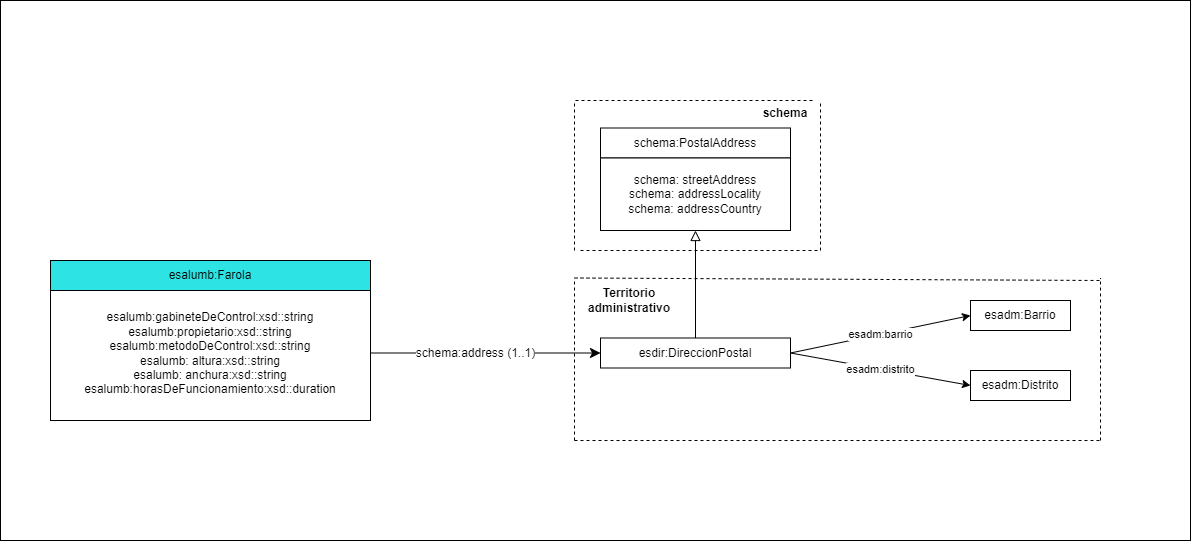
This is resources/images/patron Ubicacion.png from MMB99/Alumbrado, a draw.io export, as it was before one commit. Source tidied: cells renumbered, new cells last; positions are measured from the earlier drawing's top-left corner, leaving out a move shared by most shapes. The source it was exported from:
```xml
<mxGraphModel>
  <root>
    <mxCell id="0" />
    <mxCell id="1" parent="0" />
    <mxCell id="2" style="rounded=0;whiteSpace=wrap;html=1;" parent="1" vertex="1">
      <mxGeometry width="1190" height="540" as="geometry" />
    </mxCell>
    <mxCell id="3" value="&lt;span&gt;esalumb:gabineteDeControl:xsd::string&lt;/span&gt;&lt;u&gt;&lt;br&gt;&lt;/u&gt;esalumb:propietario:xsd::string&lt;br&gt;esalumb:metodoDeControl:xsd::string&lt;br&gt;esalumb: altura:xsd::string&lt;br&gt;esalumb: anchura:xsd::string&lt;br&gt;esalumb:horasDeFuncionamiento:xsd::duration&lt;span&gt;&lt;br&gt;&lt;/span&gt;" style="rounded=0;whiteSpace=wrap;html=1;snapToPoint=1;points=[[0.1,0],[0.2,0],[0.3,0],[0.4,0],[0.5,0],[0.6,0],[0.7,0],[0.8,0],[0.9,0],[0,0.1],[0,0.3],[0,0.5],[0,0.7],[0,0.9],[0.1,1],[0.2,1],[0.3,1],[0.4,1],[0.5,1],[0.6,1],[0.7,1],[0.8,1],[0.9,1],[1,0.1],[1,0.3],[1,0.5],[1,0.7],[1,0.9]];" parent="1" vertex="1">
      <mxGeometry x="50" y="285" width="320" height="135" as="geometry" />
    </mxCell>
    <mxCell id="4" value="esalumb:Farola" style="rounded=0;whiteSpace=wrap;html=1;fillColor=#2DE3E3;" parent="1" vertex="1">
      <mxGeometry x="50" y="260" width="320" height="30" as="geometry" />
    </mxCell>
    <mxCell id="5" value="esdir:DireccionPostal" style="rounded=0;whiteSpace=wrap;html=1;snapToPoint=1;points=[[0.1,0],[0.2,0],[0.3,0],[0.4,0],[0.5,0],[0.6,0],[0.7,0],[0.8,0],[0.9,0],[0,0.1],[0,0.3],[0,0.5],[0,0.7],[0,0.9],[0.1,1],[0.2,1],[0.3,1],[0.4,1],[0.5,1],[0.6,1],[0.7,1],[0.8,1],[0.9,1],[1,0.1],[1,0.3],[1,0.5],[1,0.7],[1,0.9]];fillColor=#FFFFFF;" parent="1" vertex="1">
      <mxGeometry x="600" y="337.5" width="190" height="30" as="geometry" />
    </mxCell>
    <mxCell id="6" style="edgeStyle=orthogonalEdgeStyle;rounded=0;orthogonalLoop=1;jettySize=auto;html=1;exitX=0.5;exitY=1;exitDx=0;exitDy=0;" parent="1" edge="1" source="3" target="3">
      <mxGeometry relative="1" as="geometry" />
    </mxCell>
    <mxCell id="7" style="endArrow=classic;html=1;exitX=1;exitY=0.5;exitDx=0;exitDy=0;entryX=0;entryY=0.5;entryDx=0;entryDy=0;endSize=8;arcSize=0;rounded=0;" parent="1" edge="1" source="3">
      <mxGeometry relative="1" as="geometry">
        <mxPoint x="600" y="352.5" as="targetPoint" />
      </mxGeometry>
    </mxCell>
    <mxCell id="8" value="schema:address (1..1)" style="text;html=1;align=center;verticalAlign=middle;labelBackgroundColor=#ffffff;fillColor=#FFFFFF;" parent="7" vertex="1">
      <mxGeometry x="-0.13" relative="1" as="geometry">
        <mxPoint x="4.2" as="offset" />
      </mxGeometry>
    </mxCell>
    <mxCell id="9" value="schema:PostalAddress" style="rounded=0;whiteSpace=wrap;html=1;fillColor=#FFFFFF;" parent="1" vertex="1">
      <mxGeometry x="600" y="127.5" width="190" height="30" as="geometry" />
    </mxCell>
    <mxCell id="10" value="schema: streetAddress&lt;br&gt;schema: addressLocality&lt;br&gt;schema: addressCountry" style="rounded=0;whiteSpace=wrap;html=1;snapToPoint=1;points=[[0.1,0],[0.2,0],[0.3,0],[0.4,0],[0.5,0],[0.6,0],[0.7,0],[0.8,0],[0.9,0],[0,0.1],[0,0.3],[0,0.5],[0,0.7],[0,0.9],[0.1,1],[0.2,1],[0.3,1],[0.4,1],[0.5,1],[0.6,1],[0.7,1],[0.8,1],[0.9,1],[1,0.1],[1,0.3],[1,0.5],[1,0.7],[1,0.9]];" parent="1" vertex="1">
      <mxGeometry x="600" y="157.5" width="190" height="72.5" as="geometry" />
    </mxCell>
    <mxCell id="11" style="endArrow=block;html=1;fontColor=#000099;endFill=0;endSize=8;arcSize=0;rounded=0;entryX=0.5;entryY=1;entryDx=0;entryDy=0;exitX=0.5;exitY=0;exitDx=0;exitDy=0;" parent="1" edge="1" source="5" target="10">
      <mxGeometry relative="1" as="geometry" />
    </mxCell>
    <mxCell id="12" value="esadm:Barrio" style="rounded=0;whiteSpace=wrap;html=1;snapToPoint=1;points=[[0.1,0],[0.2,0],[0.3,0],[0.4,0],[0.5,0],[0.6,0],[0.7,0],[0.8,0],[0.9,0],[0,0.1],[0,0.3],[0,0.5],[0,0.7],[0,0.9],[0.1,1],[0.2,1],[0.3,1],[0.4,1],[0.5,1],[0.6,1],[0.7,1],[0.8,1],[0.9,1],[1,0.1],[1,0.3],[1,0.5],[1,0.7],[1,0.9]];fillColor=#FFFFFF;" parent="1" vertex="1">
      <mxGeometry x="970" y="300" width="100" height="30" as="geometry" />
    </mxCell>
    <mxCell id="13" value="esadm:Distrito" style="rounded=0;whiteSpace=wrap;html=1;snapToPoint=1;points=[[0.1,0],[0.2,0],[0.3,0],[0.4,0],[0.5,0],[0.6,0],[0.7,0],[0.8,0],[0.9,0],[0,0.1],[0,0.3],[0,0.5],[0,0.7],[0,0.9],[0.1,1],[0.2,1],[0.3,1],[0.4,1],[0.5,1],[0.6,1],[0.7,1],[0.8,1],[0.9,1],[1,0.1],[1,0.3],[1,0.5],[1,0.7],[1,0.9]];fillColor=#FFFFFF;" parent="1" vertex="1">
      <mxGeometry x="970" y="370" width="100" height="30" as="geometry" />
    </mxCell>
    <mxCell id="14" value="esadm:barrio" style="endArrow=classic;html=1;rounded=0;exitX=1;exitY=0.5;exitDx=0;exitDy=0;entryX=0;entryY=0.5;entryDx=0;entryDy=0;" parent="1" edge="1" source="5" target="12">
      <mxGeometry relative="1" as="geometry" />
    </mxCell>
    <mxCell id="15" value="esadm:distrito" style="endArrow=classic;html=1;rounded=0;exitX=1;exitY=0.5;exitDx=0;exitDy=0;entryX=0;entryY=0.5;entryDx=0;entryDy=0;" parent="1" edge="1" source="5" target="13">
      <mxGeometry relative="1" as="geometry" />
    </mxCell>
    <mxCell id="16" style="endArrow=none;dashed=1;html=1;rounded=0;" parent="1" edge="1">
      <mxGeometry relative="1" as="geometry">
        <mxPoint x="574" y="440" as="sourcePoint" />
        <mxPoint x="574" y="280" as="targetPoint" />
      </mxGeometry>
    </mxCell>
    <mxCell id="17" style="endArrow=none;dashed=1;html=1;rounded=0;" parent="1" edge="1">
      <mxGeometry relative="1" as="geometry">
        <mxPoint x="1100" y="440" as="sourcePoint" />
        <mxPoint x="1100" y="277.5" as="targetPoint" />
      </mxGeometry>
    </mxCell>
    <mxCell id="18" style="endArrow=none;dashed=1;html=1;rounded=0;" parent="1" edge="1">
      <mxGeometry relative="1" as="geometry">
        <mxPoint x="574" y="440" as="sourcePoint" />
        <mxPoint x="1100" y="440" as="targetPoint" />
      </mxGeometry>
    </mxCell>
    <mxCell id="19" style="endArrow=none;dashed=1;html=1;rounded=0;" parent="1" edge="1">
      <mxGeometry relative="1" as="geometry">
        <mxPoint x="574" y="277.5" as="sourcePoint" />
        <mxPoint x="1100" y="280" as="targetPoint" />
      </mxGeometry>
    </mxCell>
    <mxCell id="20" value="&lt;b&gt;Territorio administrativo&lt;/b&gt;" style="text;html=1;strokeColor=none;fillColor=none;align=center;verticalAlign=middle;whiteSpace=wrap;rounded=0;" parent="1" vertex="1">
      <mxGeometry x="574" y="285" width="110" height="30" as="geometry" />
    </mxCell>
    <mxCell id="21" style="endArrow=none;dashed=1;html=1;rounded=0;" parent="1" edge="1">
      <mxGeometry relative="1" as="geometry">
        <mxPoint x="820" y="250" as="sourcePoint" />
        <mxPoint x="820" y="100" as="targetPoint" />
      </mxGeometry>
    </mxCell>
    <mxCell id="22" style="endArrow=none;dashed=1;html=1;rounded=0;" parent="1" edge="1">
      <mxGeometry relative="1" as="geometry">
        <mxPoint x="574" y="250" as="sourcePoint" />
        <mxPoint x="574" y="100" as="targetPoint" />
      </mxGeometry>
    </mxCell>
    <mxCell id="23" style="endArrow=none;dashed=1;html=1;rounded=0;" parent="1" edge="1">
      <mxGeometry relative="1" as="geometry">
        <mxPoint x="580" y="250" as="sourcePoint" />
        <mxPoint x="820" y="250" as="targetPoint" />
      </mxGeometry>
    </mxCell>
    <mxCell id="24" style="endArrow=none;dashed=1;html=1;rounded=0;" parent="1" edge="1">
      <mxGeometry relative="1" as="geometry">
        <mxPoint x="575" y="100" as="sourcePoint" />
        <mxPoint x="815" y="100" as="targetPoint" />
      </mxGeometry>
    </mxCell>
    <mxCell id="25" value="&lt;b&gt;schema&lt;/b&gt;" style="text;html=1;strokeColor=none;fillColor=none;align=center;verticalAlign=middle;whiteSpace=wrap;rounded=0;" parent="1" vertex="1">
      <mxGeometry x="755" y="97.5" width="60" height="30" as="geometry" />
    </mxCell>
  </root>
</mxGraphModel>
```
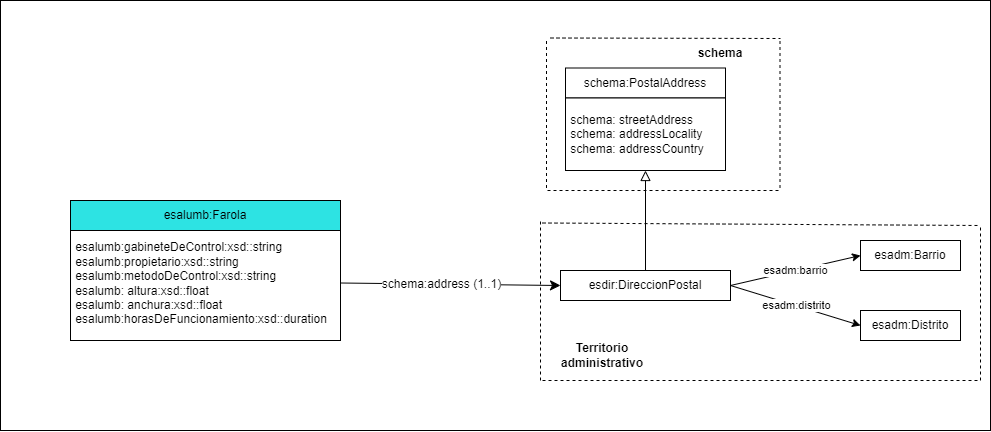
Later version of the same file.

Change to the diagram source:
```diff
@@ -2,45 +2,43 @@
   <root>
     <mxCell id="0" />
     <mxCell id="1" parent="0" />
-    <mxCell id="2" style="rounded=0;whiteSpace=wrap;html=1;" parent="1" vertex="1">
-      <mxGeometry width="1190" height="540" as="geometry" />
-    </mxCell>
-    <mxCell id="3" value="&lt;span&gt;esalumb:gabineteDeControl:xsd::string&lt;/span&gt;&lt;u&gt;&lt;br&gt;&lt;/u&gt;esalumb:propietario:xsd::string&lt;br&gt;esalumb:metodoDeControl:xsd::string&lt;br&gt;esalumb: altura:xsd::string&lt;br&gt;esalumb: anchura:xsd::string&lt;br&gt;esalumb:horasDeFuncionamiento:xsd::duration&lt;span&gt;&lt;br&gt;&lt;/span&gt;" style="rounded=0;whiteSpace=wrap;html=1;snapToPoint=1;points=[[0.1,0],[0.2,0],[0.3,0],[0.4,0],[0.5,0],[0.6,0],[0.7,0],[0.8,0],[0.9,0],[0,0.1],[0,0.3],[0,0.5],[0,0.7],[0,0.9],[0.1,1],[0.2,1],[0.3,1],[0.4,1],[0.5,1],[0.6,1],[0.7,1],[0.8,1],[0.9,1],[1,0.1],[1,0.3],[1,0.5],[1,0.7],[1,0.9]];" parent="1" vertex="1">
-      <mxGeometry x="50" y="285" width="320" height="135" as="geometry" />
-    </mxCell>
+    <mxCell id="26" style="rounded=0;whiteSpace=wrap;html=1;" parent="1" vertex="1">
+      <mxGeometry x="-20" y="60" width="990" height="430" as="geometry" />
+    </mxCell>
+    <mxCell id="27" value="&lt;div style=&quot;&quot;&gt;&lt;span style=&quot;background-color: initial;&quot;&gt;&amp;nbsp;esalumb:gabineteDeControl:xsd::string&lt;/span&gt;&lt;/div&gt;&lt;div style=&quot;&quot;&gt;&lt;span style=&quot;background-color: initial;&quot;&gt;&amp;nbsp;esalumb:propietario:xsd::string&lt;/span&gt;&lt;/div&gt;&lt;div style=&quot;&quot;&gt;&lt;span style=&quot;background-color: initial;&quot;&gt;&amp;nbsp;esalumb:metodoDeControl:xsd::string&lt;/span&gt;&lt;/div&gt;&lt;div style=&quot;&quot;&gt;&lt;span style=&quot;background-color: initial;&quot;&gt;&amp;nbsp;esalumb: altura:xsd::float&lt;/span&gt;&lt;/div&gt;&lt;div style=&quot;&quot;&gt;&lt;span style=&quot;background-color: initial;&quot;&gt;&amp;nbsp;esalumb: anchura:xsd::float&lt;/span&gt;&lt;/div&gt;&lt;div style=&quot;&quot;&gt;&lt;span style=&quot;background-color: initial;&quot;&gt;&amp;nbsp;esalumb:horasDeFuncionamiento:xsd::duration&lt;/span&gt;&lt;/div&gt;" style="rounded=0;whiteSpace=wrap;html=1;snapToPoint=1;points=[[0.1,0],[0.2,0],[0.3,0],[0.4,0],[0.5,0],[0.6,0],[0.7,0],[0.8,0],[0.9,0],[0,0.1],[0,0.3],[0,0.5],[0,0.7],[0,0.9],[0.1,1],[0.2,1],[0.3,1],[0.4,1],[0.5,1],[0.6,1],[0.7,1],[0.8,1],[0.9,1],[1,0.1],[1,0.3],[1,0.5],[1,0.7],[1,0.9]];align=left;" parent="1" vertex="1">
+      <mxGeometry x="50" y="285" width="270" height="115" as="geometry" />
+    </mxCell>
     <mxCell id="4" value="esalumb:Farola" style="rounded=0;whiteSpace=wrap;html=1;fillColor=#2DE3E3;" parent="1" vertex="1">
-      <mxGeometry x="50" y="260" width="320" height="30" as="geometry" />
+      <mxGeometry x="50" y="260" width="270" height="30" as="geometry" />
     </mxCell>
     <mxCell id="5" value="esdir:DireccionPostal" style="rounded=0;whiteSpace=wrap;html=1;snapToPoint=1;points=[[0.1,0],[0.2,0],[0.3,0],[0.4,0],[0.5,0],[0.6,0],[0.7,0],[0.8,0],[0.9,0],[0,0.1],[0,0.3],[0,0.5],[0,0.7],[0,0.9],[0.1,1],[0.2,1],[0.3,1],[0.4,1],[0.5,1],[0.6,1],[0.7,1],[0.8,1],[0.9,1],[1,0.1],[1,0.3],[1,0.5],[1,0.7],[1,0.9]];fillColor=#FFFFFF;" parent="1" vertex="1">
-      <mxGeometry x="600" y="337.5" width="190" height="30" as="geometry" />
+      <mxGeometry x="540" y="330" width="170" height="30" as="geometry" />
     </mxCell>
-    <mxCell id="6" style="edgeStyle=orthogonalEdgeStyle;rounded=0;orthogonalLoop=1;jettySize=auto;html=1;exitX=0.5;exitY=1;exitDx=0;exitDy=0;" parent="1" edge="1" source="3" target="3">
-      <mxGeometry relative="1" as="geometry" />
-    </mxCell>
-    <mxCell id="7" style="endArrow=classic;html=1;exitX=1;exitY=0.5;exitDx=0;exitDy=0;entryX=0;entryY=0.5;entryDx=0;entryDy=0;endSize=8;arcSize=0;rounded=0;" parent="1" edge="1" source="3">
-      <mxGeometry relative="1" as="geometry">
-        <mxPoint x="600" y="352.5" as="targetPoint" />
-      </mxGeometry>
-    </mxCell>
+    <mxCell id="28" style="edgeStyle=orthogonalEdgeStyle;rounded=0;orthogonalLoop=1;jettySize=auto;html=1;exitX=0.5;exitY=1;exitDx=0;exitDy=0;" parent="1" edge="1" source="27" target="27">
+      <mxGeometry relative="1" as="geometry" />
+    </mxCell>
+    <mxCell id="29" style="endArrow=classic;html=1;exitX=1;exitY=0.5;exitDx=0;exitDy=0;entryX=0;entryY=0.5;entryDx=0;entryDy=0;endSize=8;arcSize=0;rounded=0;" parent="1" edge="1" source="27" target="5">
+      <mxGeometry relative="1" as="geometry" />
+    </mxCell>
-    <mxCell id="8" value="schema:address (1..1)" style="text;html=1;align=center;verticalAlign=middle;labelBackgroundColor=#ffffff;fillColor=#FFFFFF;" parent="7" vertex="1">
+    <mxCell id="8" value="schema:address (1..1)" style="text;html=1;align=center;verticalAlign=middle;labelBackgroundColor=#ffffff;fillColor=#FFFFFF;" parent="29" vertex="1">
       <mxGeometry x="-0.13" relative="1" as="geometry">
         <mxPoint x="4.2" as="offset" />
       </mxGeometry>
     </mxCell>
     <mxCell id="9" value="schema:PostalAddress" style="rounded=0;whiteSpace=wrap;html=1;fillColor=#FFFFFF;" parent="1" vertex="1">
-      <mxGeometry x="600" y="127.5" width="190" height="30" as="geometry" />
+      <mxGeometry x="545" y="127.5" width="160" height="30" as="geometry" />
     </mxCell>
-    <mxCell id="10" value="schema: streetAddress&lt;br&gt;schema: addressLocality&lt;br&gt;schema: addressCountry" style="rounded=0;whiteSpace=wrap;html=1;snapToPoint=1;points=[[0.1,0],[0.2,0],[0.3,0],[0.4,0],[0.5,0],[0.6,0],[0.7,0],[0.8,0],[0.9,0],[0,0.1],[0,0.3],[0,0.5],[0,0.7],[0,0.9],[0.1,1],[0.2,1],[0.3,1],[0.4,1],[0.5,1],[0.6,1],[0.7,1],[0.8,1],[0.9,1],[1,0.1],[1,0.3],[1,0.5],[1,0.7],[1,0.9]];" parent="1" vertex="1">
-      <mxGeometry x="600" y="157.5" width="190" height="72.5" as="geometry" />
+    <mxCell id="10" value="&amp;nbsp;schema: streetAddress&lt;br&gt;&amp;nbsp;schema: addressLocality&lt;br&gt;&amp;nbsp;schema: addressCountry" style="rounded=0;whiteSpace=wrap;html=1;snapToPoint=1;points=[[0.1,0],[0.2,0],[0.3,0],[0.4,0],[0.5,0],[0.6,0],[0.7,0],[0.8,0],[0.9,0],[0,0.1],[0,0.3],[0,0.5],[0,0.7],[0,0.9],[0.1,1],[0.2,1],[0.3,1],[0.4,1],[0.5,1],[0.6,1],[0.7,1],[0.8,1],[0.9,1],[1,0.1],[1,0.3],[1,0.5],[1,0.7],[1,0.9]];align=left;" parent="1" vertex="1">
+      <mxGeometry x="545" y="157.5" width="160" height="72.5" as="geometry" />
     </mxCell>
     <mxCell id="11" style="endArrow=block;html=1;fontColor=#000099;endFill=0;endSize=8;arcSize=0;rounded=0;entryX=0.5;entryY=1;entryDx=0;entryDy=0;exitX=0.5;exitY=0;exitDx=0;exitDy=0;" parent="1" edge="1" source="5" target="10">
       <mxGeometry relative="1" as="geometry" />
     </mxCell>
     <mxCell id="12" value="esadm:Barrio" style="rounded=0;whiteSpace=wrap;html=1;snapToPoint=1;points=[[0.1,0],[0.2,0],[0.3,0],[0.4,0],[0.5,0],[0.6,0],[0.7,0],[0.8,0],[0.9,0],[0,0.1],[0,0.3],[0,0.5],[0,0.7],[0,0.9],[0.1,1],[0.2,1],[0.3,1],[0.4,1],[0.5,1],[0.6,1],[0.7,1],[0.8,1],[0.9,1],[1,0.1],[1,0.3],[1,0.5],[1,0.7],[1,0.9]];fillColor=#FFFFFF;" parent="1" vertex="1">
-      <mxGeometry x="970" y="300" width="100" height="30" as="geometry" />
+      <mxGeometry x="840" y="300" width="100" height="30" as="geometry" />
     </mxCell>
     <mxCell id="13" value="esadm:Distrito" style="rounded=0;whiteSpace=wrap;html=1;snapToPoint=1;points=[[0.1,0],[0.2,0],[0.3,0],[0.4,0],[0.5,0],[0.6,0],[0.7,0],[0.8,0],[0.9,0],[0,0.1],[0,0.3],[0,0.5],[0,0.7],[0,0.9],[0.1,1],[0.2,1],[0.3,1],[0.4,1],[0.5,1],[0.6,1],[0.7,1],[0.8,1],[0.9,1],[1,0.1],[1,0.3],[1,0.5],[1,0.7],[1,0.9]];fillColor=#FFFFFF;" parent="1" vertex="1">
-      <mxGeometry x="970" y="370" width="100" height="30" as="geometry" />
+      <mxGeometry x="840" y="370" width="100" height="30" as="geometry" />
     </mxCell>
     <mxCell id="14" value="esadm:barrio" style="endArrow=classic;html=1;rounded=0;exitX=1;exitY=0.5;exitDx=0;exitDy=0;entryX=0;entryY=0.5;entryDx=0;entryDy=0;" parent="1" edge="1" source="5" target="12">
       <mxGeometry relative="1" as="geometry" />
@@ -48,59 +46,59 @@
     <mxCell id="15" value="esadm:distrito" style="endArrow=classic;html=1;rounded=0;exitX=1;exitY=0.5;exitDx=0;exitDy=0;entryX=0;entryY=0.5;entryDx=0;entryDy=0;" parent="1" edge="1" source="5" target="13">
       <mxGeometry relative="1" as="geometry" />
     </mxCell>
-    <mxCell id="16" style="endArrow=none;dashed=1;html=1;rounded=0;" parent="1" edge="1">
-      <mxGeometry relative="1" as="geometry">
-        <mxPoint x="574" y="440" as="sourcePoint" />
-        <mxPoint x="574" y="280" as="targetPoint" />
-      </mxGeometry>
-    </mxCell>
-    <mxCell id="17" style="endArrow=none;dashed=1;html=1;rounded=0;" parent="1" edge="1">
-      <mxGeometry relative="1" as="geometry">
-        <mxPoint x="1100" y="440" as="sourcePoint" />
-        <mxPoint x="1100" y="277.5" as="targetPoint" />
-      </mxGeometry>
-    </mxCell>
-    <mxCell id="18" style="endArrow=none;dashed=1;html=1;rounded=0;" parent="1" edge="1">
-      <mxGeometry relative="1" as="geometry">
-        <mxPoint x="574" y="440" as="sourcePoint" />
-        <mxPoint x="1100" y="440" as="targetPoint" />
-      </mxGeometry>
-    </mxCell>
-    <mxCell id="19" style="endArrow=none;dashed=1;html=1;rounded=0;" parent="1" edge="1">
-      <mxGeometry relative="1" as="geometry">
-        <mxPoint x="574" y="277.5" as="sourcePoint" />
-        <mxPoint x="1100" y="280" as="targetPoint" />
-      </mxGeometry>
-    </mxCell>
+    <mxCell id="30" style="endArrow=none;dashed=1;html=1;rounded=0;" parent="1" edge="1">
+      <mxGeometry relative="1" as="geometry">
+        <mxPoint x="520" y="440" as="sourcePoint" />
+        <mxPoint x="520" y="280" as="targetPoint" />
+      </mxGeometry>
+    </mxCell>
+    <mxCell id="31" style="endArrow=none;dashed=1;html=1;rounded=0;" parent="1" edge="1">
+      <mxGeometry relative="1" as="geometry">
+        <mxPoint x="960" y="440" as="sourcePoint" />
+        <mxPoint x="960" y="285" as="targetPoint" />
+      </mxGeometry>
+    </mxCell>
+    <mxCell id="32" style="endArrow=none;dashed=1;html=1;rounded=0;" parent="1" edge="1">
+      <mxGeometry relative="1" as="geometry">
+        <mxPoint x="522" y="440" as="sourcePoint" />
+        <mxPoint x="960" y="440" as="targetPoint" />
+      </mxGeometry>
+    </mxCell>
+    <mxCell id="33" style="endArrow=none;dashed=1;html=1;rounded=0;" parent="1" edge="1">
+      <mxGeometry relative="1" as="geometry">
+        <mxPoint x="522" y="282.5" as="sourcePoint" />
+        <mxPoint x="960" y="285" as="targetPoint" />
+      </mxGeometry>
+    </mxCell>
     <mxCell id="20" value="&lt;b&gt;Territorio administrativo&lt;/b&gt;" style="text;html=1;strokeColor=none;fillColor=none;align=center;verticalAlign=middle;whiteSpace=wrap;rounded=0;" parent="1" vertex="1">
-      <mxGeometry x="574" y="285" width="110" height="30" as="geometry" />
+      <mxGeometry x="527" y="400" width="110" height="30" as="geometry" />
     </mxCell>
-    <mxCell id="21" style="endArrow=none;dashed=1;html=1;rounded=0;" parent="1" edge="1">
-      <mxGeometry relative="1" as="geometry">
-        <mxPoint x="820" y="250" as="sourcePoint" />
-        <mxPoint x="820" y="100" as="targetPoint" />
-      </mxGeometry>
-    </mxCell>
-    <mxCell id="22" style="endArrow=none;dashed=1;html=1;rounded=0;" parent="1" edge="1">
-      <mxGeometry relative="1" as="geometry">
-        <mxPoint x="574" y="250" as="sourcePoint" />
-        <mxPoint x="574" y="100" as="targetPoint" />
-      </mxGeometry>
-    </mxCell>
-    <mxCell id="23" style="endArrow=none;dashed=1;html=1;rounded=0;" parent="1" edge="1">
-      <mxGeometry relative="1" as="geometry">
-        <mxPoint x="580" y="250" as="sourcePoint" />
-        <mxPoint x="820" y="250" as="targetPoint" />
-      </mxGeometry>
-    </mxCell>
-    <mxCell id="24" style="endArrow=none;dashed=1;html=1;rounded=0;" parent="1" edge="1">
-      <mxGeometry relative="1" as="geometry">
-        <mxPoint x="575" y="100" as="sourcePoint" />
-        <mxPoint x="815" y="100" as="targetPoint" />
-      </mxGeometry>
-    </mxCell>
+    <mxCell id="34" style="endArrow=none;dashed=1;html=1;rounded=0;" parent="1" edge="1">
+      <mxGeometry relative="1" as="geometry">
+        <mxPoint x="759.5" y="247.5" as="sourcePoint" />
+        <mxPoint x="759.5" y="97.5" as="targetPoint" />
+      </mxGeometry>
+    </mxCell>
+    <mxCell id="35" style="endArrow=none;dashed=1;html=1;rounded=0;" parent="1" edge="1">
+      <mxGeometry relative="1" as="geometry">
+        <mxPoint x="526" y="247.5" as="sourcePoint" />
+        <mxPoint x="526" y="97.5" as="targetPoint" />
+      </mxGeometry>
+    </mxCell>
+    <mxCell id="36" style="endArrow=none;dashed=1;html=1;rounded=0;" parent="1" edge="1">
+      <mxGeometry relative="1" as="geometry">
+        <mxPoint x="527" y="250" as="sourcePoint" />
+        <mxPoint x="760" y="250" as="targetPoint" />
+      </mxGeometry>
+    </mxCell>
+    <mxCell id="37" style="endArrow=none;dashed=1;html=1;rounded=0;" parent="1" edge="1">
+      <mxGeometry relative="1" as="geometry">
+        <mxPoint x="530" y="97.5" as="sourcePoint" />
+        <mxPoint x="760" y="98" as="targetPoint" />
+      </mxGeometry>
+    </mxCell>
     <mxCell id="25" value="&lt;b&gt;schema&lt;/b&gt;" style="text;html=1;strokeColor=none;fillColor=none;align=center;verticalAlign=middle;whiteSpace=wrap;rounded=0;" parent="1" vertex="1">
-      <mxGeometry x="755" y="97.5" width="60" height="30" as="geometry" />
+      <mxGeometry x="670" y="97.5" width="60" height="30" as="geometry" />
     </mxCell>
   </root>
 </mxGraphModel>
```
